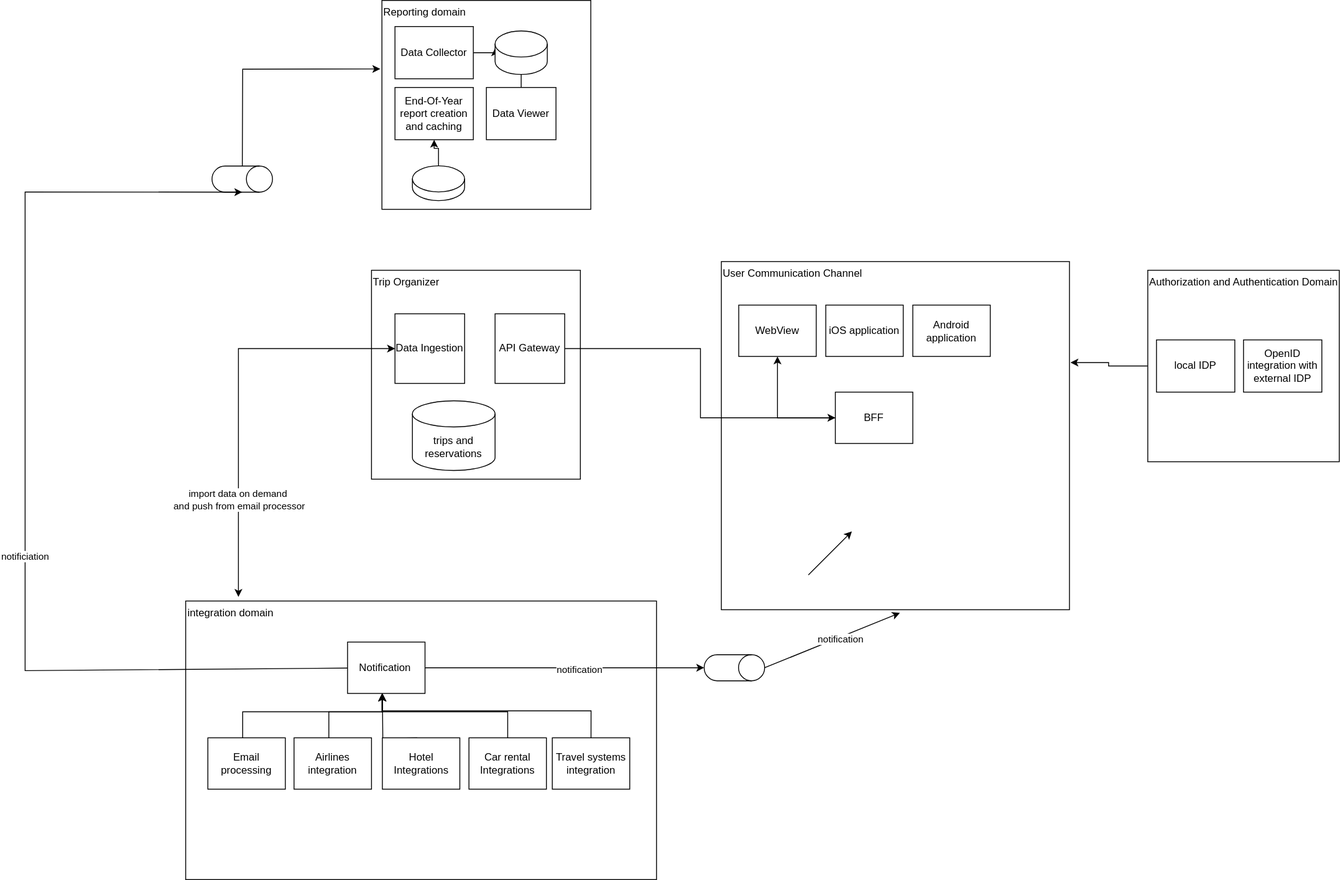
Earlier version of the draw.io export diagrams/Component overview.drawio.svg (wschaef/architecture-kata-2023). Source tidied: cells renumbered, new cells last; positions are measured from the earlier drawing's top-left corner, leaving out a move shared by most shapes.
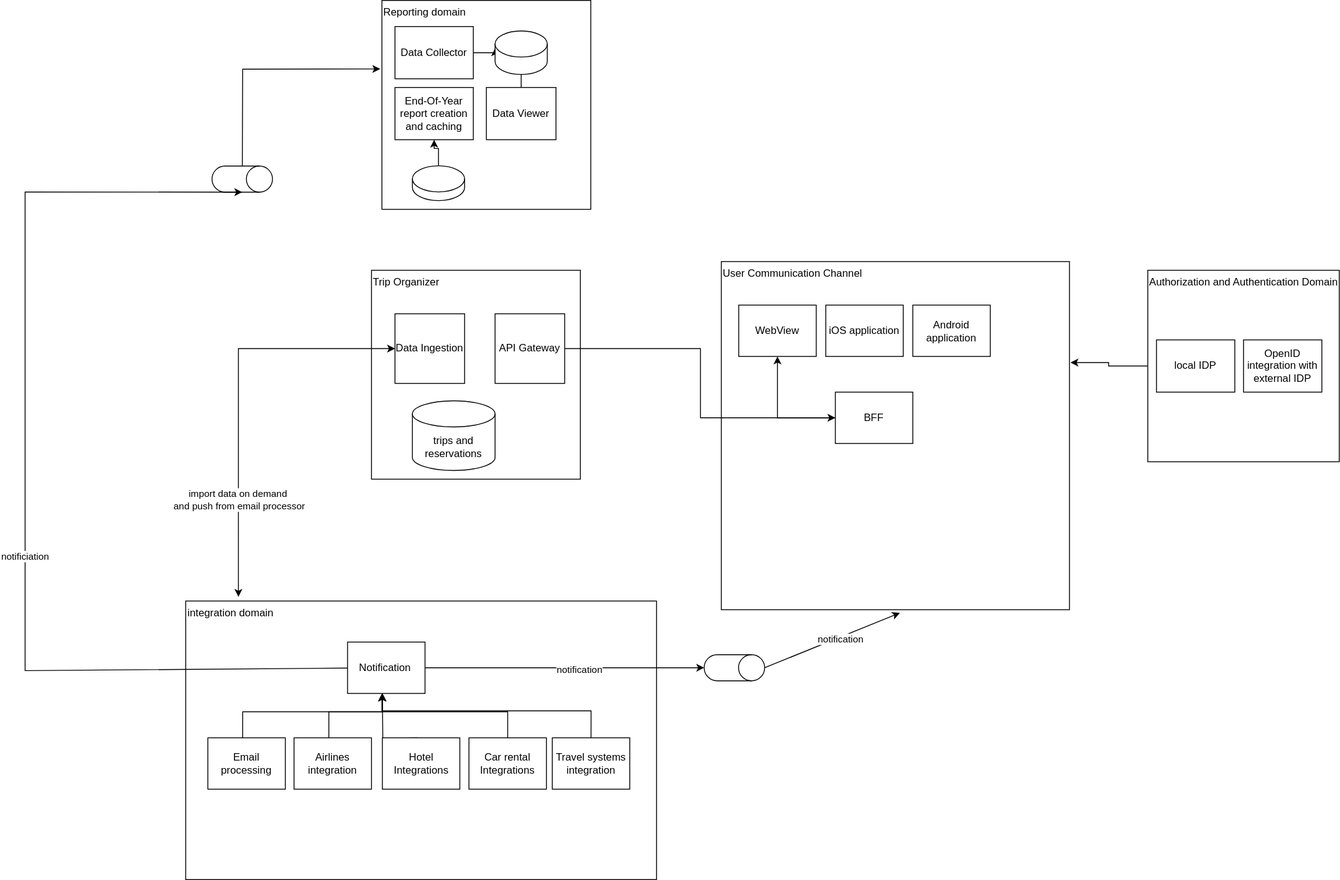
After the commit.

Diff of the diagram source:
```diff
@@ -186,11 +186,5 @@
     <mxCell id="48" value="notificiation" style="edgeLabel;html=1;align=center;verticalAlign=middle;" parent="47" vertex="1">
       <mxGeometry x="-0.14" y="1" relative="1" as="geometry" />
     </mxCell>
-    <mxCell id="49" style="endArrow=classic;html=1;rounded=0;" parent="1" edge="1">
-      <mxGeometry relative="1" as="geometry">
-        <mxPoint x="900" y="660" as="sourcePoint" />
-        <mxPoint x="950" y="610" as="targetPoint" />
-      </mxGeometry>
-    </mxCell>
   </root>
 </mxGraphModel>
```
